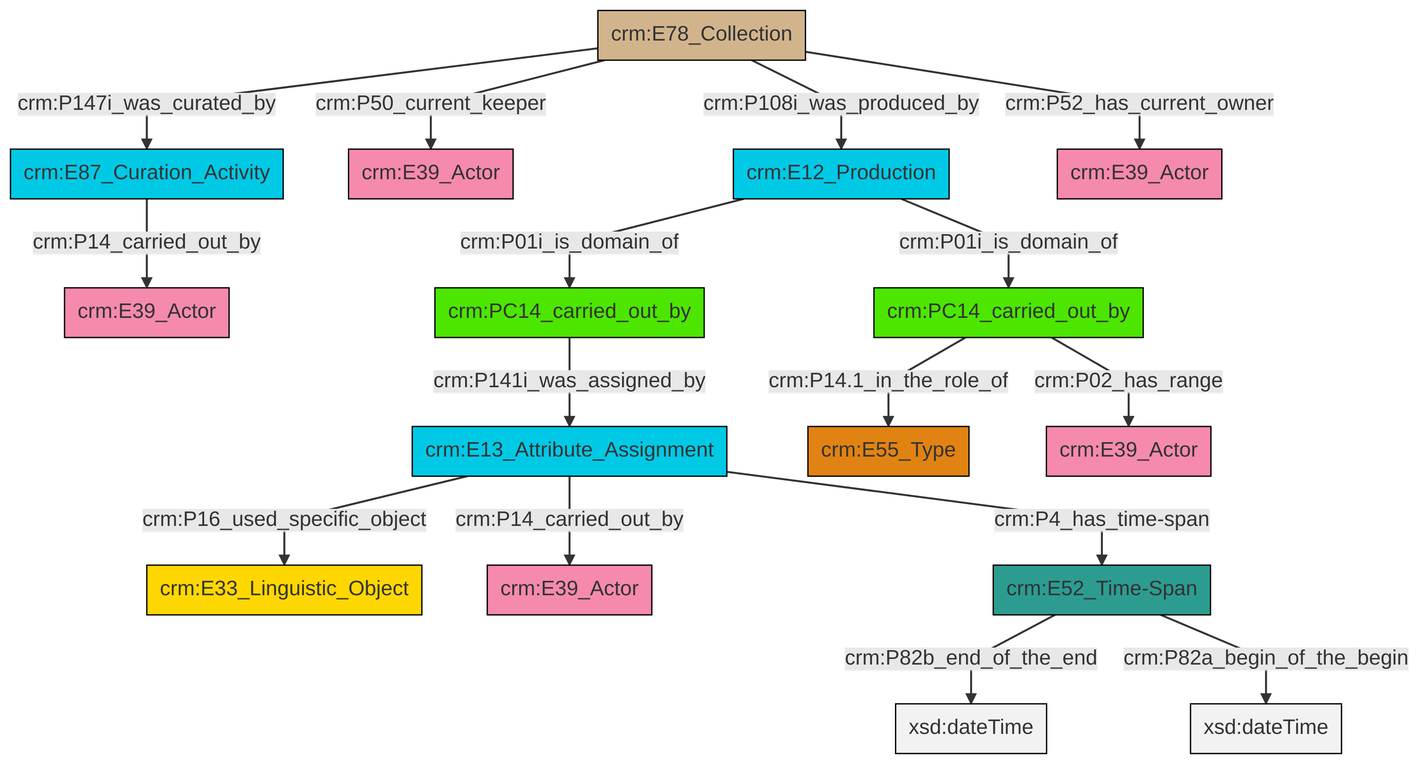
This is et/archivalCSV/ttl/mmd/png/archival_relation.png from swiss-art-research-net/docs.swissartresearch, a Mermaid export, as it was before one commit. Its source is kept beside it as et/archivalCSV/ttl/mmd/archival_relation.ttl.mmd.
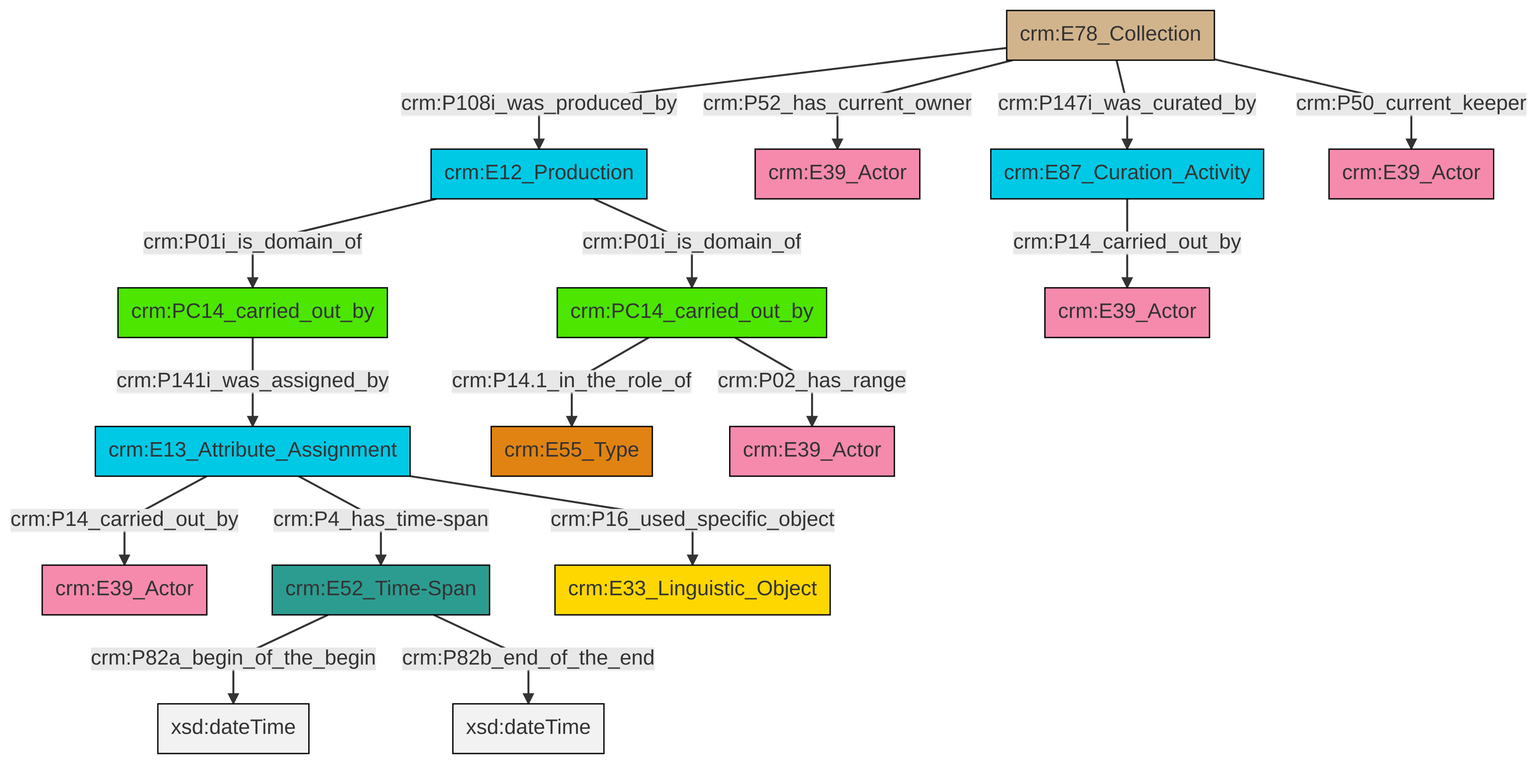
Above is the later version.

Change to the diagram source:
```diff
@@ -13,18 +13,18 @@
 classDef PC_Classes fill:#4ce600, stroke:#000000;
 classDef Multi fill:#cccccc,stroke:#000000;
 
-2["crm:PC14_carried_out_by"]:::PC_Classes -->|crm:P14.1_in_the_role_of| 3["crm:E55_Type"]:::Type
-0["crm:E12_Production"]:::Temporal_Entity -->|crm:P01i_is_domain_of| 4["crm:PC14_carried_out_by"]:::PC_Classes
-0["crm:E12_Production"]:::Temporal_Entity -->|crm:P01i_is_domain_of| 2["crm:PC14_carried_out_by"]:::PC_Classes
-4["crm:PC14_carried_out_by"]:::PC_Classes -->|crm:P141i_was_assigned_by| 6["crm:E13_Attribute_Assignment"]:::Temporal_Entity
-7["crm:E87_Curation_Activity"]:::Temporal_Entity -->|crm:P14_carried_out_by| 8["crm:E39_Actor"]:::Actor
-2["crm:PC14_carried_out_by"]:::PC_Classes -->|crm:P02_has_range| 10["crm:E39_Actor"]:::Actor
-14["crm:E78_Collection"]:::Physical_Thing -->|crm:P147i_was_curated_by| 7["crm:E87_Curation_Activity"]:::Temporal_Entity
-14["crm:E78_Collection"]:::Physical_Thing -->|crm:P50_current_keeper| 16["crm:E39_Actor"]:::Actor
-18["crm:E52_Time-Span"]:::Time-Span -->|crm:P82b_end_of_the_end| 19[xsd:dateTime]:::Literal
-14["crm:E78_Collection"]:::Physical_Thing -->|crm:P108i_was_produced_by| 0["crm:E12_Production"]:::Temporal_Entity
-6["crm:E13_Attribute_Assignment"]:::Temporal_Entity -->|crm:P16_used_specific_object| 22["crm:E33_Linguistic_Object"]:::Conceptual_Object
-18["crm:E52_Time-Span"]:::Time-Span -->|crm:P82a_begin_of_the_begin| 24[xsd:dateTime]:::Literal
-6["crm:E13_Attribute_Assignment"]:::Temporal_Entity -->|crm:P14_carried_out_by| 12["crm:E39_Actor"]:::Actor
-14["crm:E78_Collection"]:::Physical_Thing -->|crm:P52_has_current_owner| 20["crm:E39_Actor"]:::Actor
-6["crm:E13_Attribute_Assignment"]:::Temporal_Entity -->|crm:P4_has_time-span| 18["crm:E52_Time-Span"]:::Time-Span
+0["crm:E78_Collection"]:::Physical_Thing -->|crm:P108i_was_produced_by| 1["crm:E12_Production"]:::Temporal_Entity
+0["crm:E78_Collection"]:::Physical_Thing -->|crm:P52_has_current_owner| 2["crm:E39_Actor"]:::Actor
+6["crm:PC14_carried_out_by"]:::PC_Classes -->|crm:P14.1_in_the_role_of| 7["crm:E55_Type"]:::Type
+8["crm:E13_Attribute_Assignment"]:::Temporal_Entity -->|crm:P14_carried_out_by| 9["crm:E39_Actor"]:::Actor
+11["crm:E52_Time-Span"]:::Time-Span -->|crm:P82a_begin_of_the_begin| 12[xsd:dateTime]:::Literal
+11["crm:E52_Time-Span"]:::Time-Span -->|crm:P82b_end_of_the_end| 13[xsd:dateTime]:::Literal
+0["crm:E78_Collection"]:::Physical_Thing -->|crm:P147i_was_curated_by| 4["crm:E87_Curation_Activity"]:::Temporal_Entity
+17["crm:PC14_carried_out_by"]:::PC_Classes -->|crm:P141i_was_assigned_by| 8["crm:E13_Attribute_Assignment"]:::Temporal_Entity
+8["crm:E13_Attribute_Assignment"]:::Temporal_Entity -->|crm:P4_has_time-span| 11["crm:E52_Time-Span"]:::Time-Span
+1["crm:E12_Production"]:::Temporal_Entity -->|crm:P01i_is_domain_of| 17["crm:PC14_carried_out_by"]:::PC_Classes
+8["crm:E13_Attribute_Assignment"]:::Temporal_Entity -->|crm:P16_used_specific_object| 21["crm:E33_Linguistic_Object"]:::Conceptual_Object
+0["crm:E78_Collection"]:::Physical_Thing -->|crm:P50_current_keeper| 19["crm:E39_Actor"]:::Actor
+6["crm:PC14_carried_out_by"]:::PC_Classes -->|crm:P02_has_range| 26["crm:E39_Actor"]:::Actor
+1["crm:E12_Production"]:::Temporal_Entity -->|crm:P01i_is_domain_of| 6["crm:PC14_carried_out_by"]:::PC_Classes
+4["crm:E87_Curation_Activity"]:::Temporal_Entity -->|crm:P14_carried_out_by| 28["crm:E39_Actor"]:::Actor
```
